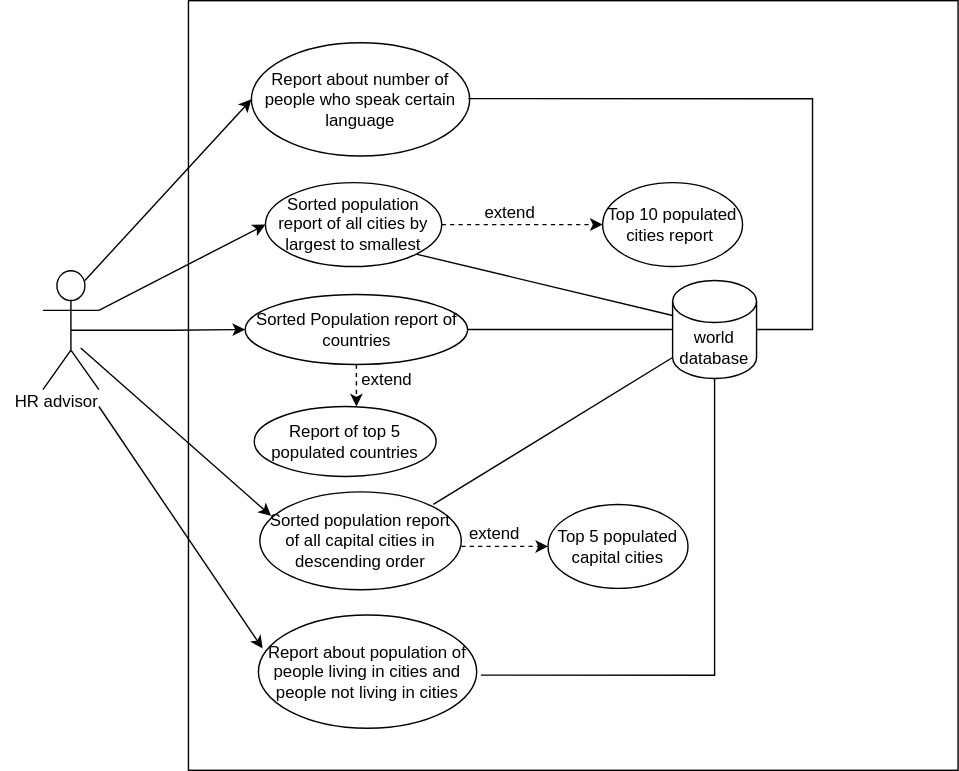
The draw.io diagram use-cases/HR_system.svg in maythazinphyo1/Devops_gp1, before a commit. Source tidied: cells renumbered, new cells last; positions are measured from the earlier drawing's top-left corner, leaving out a move shared by most shapes.
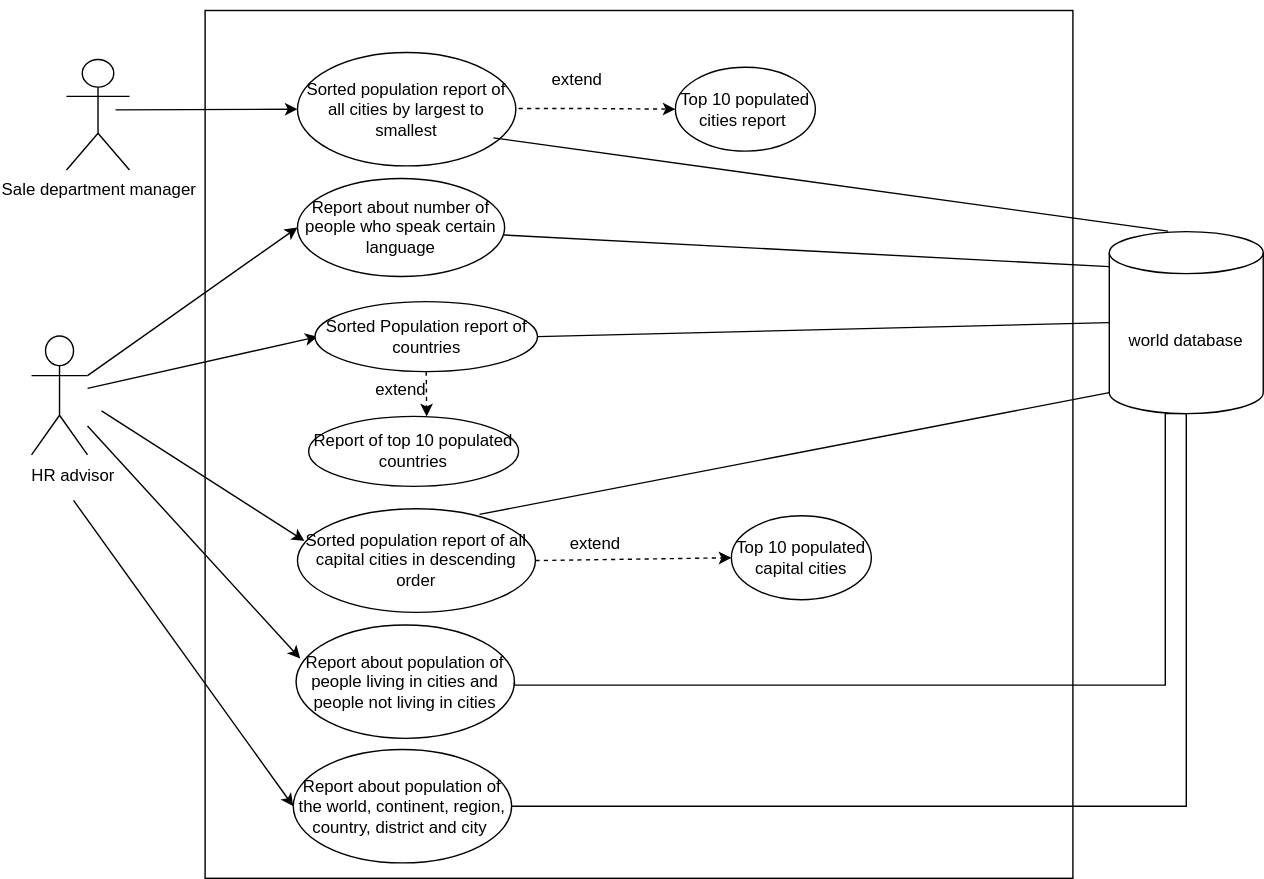
Above is the later version.

Commit message:
adding use case diagram

What changed in the source:
```diff
@@ -2,109 +2,135 @@
   <root>
     <mxCell id="0" />
     <mxCell id="1" parent="0" />
+    <mxCell id="30" style="edgeStyle=orthogonalEdgeStyle;rounded=0;jettySize=auto;html=1;" parent="1" edge="1" source="2" target="27">
+      <mxGeometry relative="1" as="geometry">
+        <Array as="points">
+          <mxPoint x="340" y="30" />
+          <mxPoint x="340" y="30" />
+        </Array>
+      </mxGeometry>
+    </mxCell>
     <mxCell id="2" style="whiteSpace=wrap;html=1;" parent="1" vertex="1">
-      <mxGeometry x="134" width="550" height="550" as="geometry" />
+      <mxGeometry x="134" width="620" height="620" as="geometry" />
     </mxCell>
-    <mxCell id="3" style="edgeStyle=orthogonalEdgeStyle;rounded=0;jettySize=auto;html=1;exitX=0.5;exitY=0.5;exitDx=0;exitDy=0;exitPerimeter=0;entryX=0;entryY=0.5;entryDx=0;entryDy=0;" parent="1" edge="1" source="4" target="7">
-      <mxGeometry relative="1" as="geometry" />
+    <mxCell id="3" style="rounded=0;orthogonalLoop=1;jettySize=auto;html=1;entryX=0;entryY=0.5;entryDx=0;entryDy=0;" parent="1" edge="1">
+      <mxGeometry relative="1" as="geometry">
+        <mxPoint x="50" y="270" as="sourcePoint" />
+        <mxPoint x="214.5" y="233" as="targetPoint" />
+      </mxGeometry>
     </mxCell>
     <mxCell id="4" style="shape=umlActor;verticalLabelPosition=bottom;verticalAlign=top;html=1;outlineConnect=0;" parent="1" vertex="1">
-      <mxGeometry x="30" y="193" width="40" height="85" as="geometry" />
+      <mxGeometry x="10" y="232.5" width="40" height="85" as="geometry" />
     </mxCell>
     <mxCell id="5" value="world database" style="shape=cylinder3;whiteSpace=wrap;html=1;boundedLbl=1;backgroundOutline=1;size=15;" parent="1" vertex="1">
-      <mxGeometry x="480" y="200" width="60" height="70" as="geometry" />
+      <mxGeometry x="780" y="158" width="110" height="130" as="geometry" />
     </mxCell>
-    <mxCell id="6" value="Report of top 5 populated countries" style="ellipse;whiteSpace=wrap;html=1;" parent="1" vertex="1">
-      <mxGeometry x="181" y="290" width="130" height="50" as="geometry" />
+    <mxCell id="6" value="Report of top 10 populated countries" style="ellipse;whiteSpace=wrap;html=1;" parent="1" vertex="1">
+      <mxGeometry x="208" y="290" width="150" height="50" as="geometry" />
     </mxCell>
     <mxCell id="7" value="Sorted Population report of countries" style="ellipse;whiteSpace=wrap;html=1;" parent="1" vertex="1">
-      <mxGeometry x="174.5" y="210" width="159" height="50" as="geometry" />
+      <mxGeometry x="212.5" y="208" width="159" height="50" as="geometry" />
     </mxCell>
     <mxCell id="8" style="endArrow=none;html=1;rounded=0;entryX=0;entryY=0.5;entryDx=0;entryDy=0;entryPerimeter=0;exitX=1;exitY=0.5;exitDx=0;exitDy=0;" parent="1" edge="1" source="7" target="5">
       <mxGeometry relative="1" as="geometry" />
     </mxCell>
-    <mxCell id="9" value="Top 5 populated capital cities" style="ellipse;whiteSpace=wrap;html=1;" parent="1" vertex="1">
-      <mxGeometry x="391" y="360" width="100" height="60" as="geometry" />
+    <mxCell id="9" value="Top 10 populated capital cities" style="ellipse;whiteSpace=wrap;html=1;" parent="1" vertex="1">
+      <mxGeometry x="510" y="361" width="100" height="60" as="geometry" />
     </mxCell>
     <mxCell id="10" value="Sorted population report of all capital cities in descending order" style="ellipse;whiteSpace=wrap;html=1;" parent="1" vertex="1">
-      <mxGeometry x="185" y="351" width="144" height="70" as="geometry" />
+      <mxGeometry x="200" y="356" width="170" height="74" as="geometry" />
     </mxCell>
-    <mxCell id="11" style="edgeStyle=orthogonalEdgeStyle;rounded=0;jettySize=auto;html=1;exitX=1;exitY=0.5;exitDx=0;exitDy=0;entryX=0;entryY=0.5;entryDx=0;entryDy=0;dashed=1;" parent="1" edge="1" source="13" target="14">
-      <mxGeometry relative="1" as="geometry" />
+    <mxCell id="11" style="edgeStyle=orthogonalEdgeStyle;rounded=0;jettySize=auto;html=1;entryX=0;entryY=0.5;entryDx=0;entryDy=0;dashed=1;" parent="1" edge="1" target="14">
+      <mxGeometry relative="1" as="geometry">
+        <mxPoint x="340" y="70" as="sourcePoint" />
+      </mxGeometry>
     </mxCell>
     <mxCell id="12" style="rounded=0;jettySize=auto;html=1;exitX=1;exitY=1;exitDx=0;exitDy=0;entryX=0;entryY=0;entryDx=0;entryDy=25;entryPerimeter=0;startArrow=none;startFill=0;endArrow=none;endFill=0;" parent="1" edge="1" source="13" target="5">
-      <mxGeometry relative="1" as="geometry" />
+      <mxGeometry relative="1" as="geometry">
+        <Array as="points">
+          <mxPoint x="340" y="160" />
+        </Array>
+      </mxGeometry>
     </mxCell>
-    <mxCell id="13" value="Sorted population report of all cities by largest to smallest" style="ellipse;whiteSpace=wrap;html=1;" parent="1" vertex="1">
-      <mxGeometry x="189" y="130" width="126" height="60" as="geometry" />
+    <mxCell id="13" value="Report about number of people who speak certain language" style="ellipse;whiteSpace=wrap;html=1;" parent="1" vertex="1">
+      <mxGeometry x="200" y="120" width="148" height="70" as="geometry" />
     </mxCell>
     <mxCell id="14" value="Top 10 populated cities report&amp;nbsp;" style="ellipse;whiteSpace=wrap;html=1;" parent="1" vertex="1">
-      <mxGeometry x="430" y="130" width="100" height="60" as="geometry" />
+      <mxGeometry x="470" y="40.5" width="100" height="60" as="geometry" />
     </mxCell>
     <mxCell id="15" style="endArrow=classic;html=1;rounded=0;entryX=0;entryY=0.5;entryDx=0;entryDy=0;exitX=1;exitY=0.3333333333333333;exitDx=0;exitDy=0;exitPerimeter=0;" parent="1" edge="1" source="4" target="13">
       <mxGeometry relative="1" as="geometry" />
     </mxCell>
-    <mxCell id="16" value="extend" style="text;html=1;strokeColor=none;fillColor=none;align=center;verticalAlign=middle;whiteSpace=wrap;rounded=0;" parent="1" vertex="1">
-      <mxGeometry x="334" y="137" width="60" height="30" as="geometry" />
-    </mxCell>
     <mxCell id="17" style="endArrow=classic;html=1;rounded=0;entryX=0.562;entryY=0;entryDx=0;entryDy=0;entryPerimeter=0;exitX=0.5;exitY=1;exitDx=0;exitDy=0;dashed=1;" parent="1" edge="1" source="7" target="6">
       <mxGeometry relative="1" as="geometry" />
     </mxCell>
     <mxCell id="18" value="extend" style="text;html=1;strokeColor=none;fillColor=none;align=center;verticalAlign=middle;whiteSpace=wrap;rounded=0;" parent="1" vertex="1">
-      <mxGeometry x="246" y="256" width="60" height="30" as="geometry" />
+      <mxGeometry x="244" y="256" width="60" height="30" as="geometry" />
     </mxCell>
-    <mxCell id="19" style="endArrow=classic;html=1;rounded=0;entryX=0;entryY=0;entryDx=0;entryDy=0;" parent="1" edge="1">
+    <mxCell id="19" style="endArrow=classic;html=1;rounded=0;" parent="1" edge="1">
       <mxGeometry relative="1" as="geometry">
-        <mxPoint x="57" y="248.2" as="sourcePoint" />
-        <mxPoint x="193.1" y="368.3" as="targetPoint" />
+        <mxPoint x="60" y="286" as="sourcePoint" />
+        <mxPoint x="205" y="379" as="targetPoint" />
       </mxGeometry>
     </mxCell>
-    <mxCell id="20" style="endArrow=classic;html=1;rounded=0;entryX=0;entryY=0.5;entryDx=0;entryDy=0;dashed=1;endFill=1;" parent="1" edge="1" target="9">
-      <mxGeometry relative="1" as="geometry">
-        <mxPoint x="329" y="390" as="sourcePoint" />
-      </mxGeometry>
+    <mxCell id="20" style="endArrow=classic;html=1;rounded=0;entryX=0;entryY=0.5;entryDx=0;entryDy=0;dashed=1;endFill=1;exitX=1;exitY=0.5;exitDx=0;exitDy=0;" parent="1" edge="1" source="10" target="9">
+      <mxGeometry relative="1" as="geometry" />
     </mxCell>
     <mxCell id="21" style="endArrow=none;html=1;rounded=0;entryX=0;entryY=1;entryDx=0;entryDy=-15;entryPerimeter=0;" parent="1" edge="1" target="5">
       <mxGeometry relative="1" as="geometry">
-        <mxPoint x="309" y="360" as="sourcePoint" />
+        <mxPoint x="330" y="360" as="sourcePoint" />
       </mxGeometry>
     </mxCell>
     <mxCell id="22" value="extend" style="text;html=1;strokeColor=none;fillColor=none;align=center;verticalAlign=middle;whiteSpace=wrap;rounded=0;" parent="1" vertex="1">
-      <mxGeometry x="323" y="366" width="60" height="30" as="geometry" />
+      <mxGeometry x="383" y="366" width="60" height="30" as="geometry" />
     </mxCell>
     <mxCell id="23" value="Report about population of people living in cities and people not living in cities" style="ellipse;whiteSpace=wrap;html=1;" parent="1" vertex="1">
-      <mxGeometry x="184" y="439" width="156" height="81" as="geometry" />
+      <mxGeometry x="199" y="439" width="156" height="81" as="geometry" />
     </mxCell>
-    <mxCell id="24" style="endArrow=classic;html=1;rounded=0;entryX=0.019;entryY=0.296;entryDx=0;entryDy=0;entryPerimeter=0;" parent="1" edge="1" target="23">
-      <mxGeometry relative="1" as="geometry">
-        <mxPoint x="70" y="290" as="sourcePoint" />
-      </mxGeometry>
+    <mxCell id="24" style="endArrow=classic;html=1;rounded=0;entryX=0.019;entryY=0.296;entryDx=0;entryDy=0;entryPerimeter=0;" parent="1" edge="1" source="4" target="23">
+      <mxGeometry relative="1" as="geometry" />
     </mxCell>
     <mxCell id="25" value="HR advisor" style="text;html=1;strokeColor=none;fillColor=none;align=center;verticalAlign=middle;whiteSpace=wrap;rounded=0;" parent="1" vertex="1">
-      <mxGeometry y="272" width="80" height="30" as="geometry" />
+      <mxGeometry y="318" width="80" height="30" as="geometry" />
     </mxCell>
-    <mxCell id="26" style="endArrow=none;html=1;rounded=0;edgeStyle=orthogonalEdgeStyle;entryX=0.5;entryY=1;entryDx=0;entryDy=0;entryPerimeter=0;endFill=0;" parent="1" edge="1" target="5">
+    <mxCell id="26" style="endArrow=none;html=1;rounded=0;edgeStyle=orthogonalEdgeStyle;entryX=0.5;entryY=1;entryDx=0;entryDy=0;entryPerimeter=0;endFill=0;exitX=1;exitY=0.5;exitDx=0;exitDy=0;" parent="1" edge="1" source="23" target="5">
       <mxGeometry relative="1" as="geometry">
-        <mxPoint x="343" y="482" as="sourcePoint" />
         <Array as="points">
-          <mxPoint x="510" y="482" />
+          <mxPoint x="355" y="482" />
+          <mxPoint x="820" y="482" />
+          <mxPoint x="820" y="288" />
         </Array>
       </mxGeometry>
     </mxCell>
-    <mxCell id="27" value="Report about number of people who speak certain language" style="ellipse;whiteSpace=wrap;html=1;" parent="1" vertex="1">
-      <mxGeometry x="179" y="30" width="156" height="81" as="geometry" />
+    <mxCell id="27" value="Sorted population report of all cities by largest to smallest" style="ellipse;whiteSpace=wrap;html=1;" parent="1" vertex="1">
+      <mxGeometry x="200" y="30" width="156" height="81" as="geometry" />
     </mxCell>
-    <mxCell id="28" style="endArrow=classic;html=1;rounded=0;entryX=0;entryY=0.5;entryDx=0;entryDy=0;exitX=0.75;exitY=0.082;exitDx=0;exitDy=0;exitPerimeter=0;" parent="1" edge="1" source="4" target="27">
-      <mxGeometry relative="1" as="geometry" />
+    <mxCell id="28" style="endArrow=classic;html=1;rounded=0;entryX=0;entryY=0.5;entryDx=0;entryDy=0;" parent="1" edge="1" target="27">
+      <mxGeometry relative="1" as="geometry">
+        <mxPoint x="70" y="71" as="sourcePoint" />
+      </mxGeometry>
     </mxCell>
-    <mxCell id="29" style="endArrow=none;html=1;rounded=0;edgeStyle=orthogonalEdgeStyle;endFill=0;entryX=1;entryY=0.5;entryDx=0;entryDy=0;entryPerimeter=0;" parent="1" edge="1" target="5">
-      <mxGeometry relative="1" as="geometry">
-        <mxPoint x="334" y="70" as="sourcePoint" />
-        <Array as="points">
-          <mxPoint x="580" y="70" />
-          <mxPoint x="580" y="235" />
-        </Array>
-      </mxGeometry>
-    </mxCell>
+    <mxCell id="31" value="Sale department manager" style="shape=umlActor;verticalLabelPosition=bottom;verticalAlign=top;html=1;" parent="1" vertex="1">
+      <mxGeometry x="35" y="35" width="45" height="79" as="geometry" />
+    </mxCell>
+    <mxCell id="16" value="extend" style="text;html=1;strokeColor=none;fillColor=none;align=center;verticalAlign=middle;whiteSpace=wrap;rounded=0;" parent="1" vertex="1">
+      <mxGeometry x="370" y="35" width="60" height="30" as="geometry" />
+    </mxCell>
+    <mxCell id="32" style="endArrow=none;html=1;rounded=0;exitX=0.382;exitY=-0.003;exitDx=0;exitDy=0;exitPerimeter=0;" parent="1" edge="1" source="5">
+      <mxGeometry relative="1" as="geometry">
+        <mxPoint x="340" y="91" as="targetPoint" />
+      </mxGeometry>
+    </mxCell>
+    <mxCell id="33" value="Report about population of the world, continent, region, country, district and city&amp;nbsp;" style="ellipse;whiteSpace=wrap;html=1;" parent="1" vertex="1">
+      <mxGeometry x="197" y="528" width="156" height="81" as="geometry" />
+    </mxCell>
+    <mxCell id="34" style="endArrow=classic;html=1;rounded=0;entryX=0;entryY=0.5;entryDx=0;entryDy=0;" parent="1" edge="1" target="33">
+      <mxGeometry relative="1" as="geometry">
+        <mxPoint x="40" y="350" as="sourcePoint" />
+      </mxGeometry>
+    </mxCell>
+    <mxCell id="35" style="endArrow=none;html=1;rounded=0;edgeStyle=orthogonalEdgeStyle;entryX=0.5;entryY=1;entryDx=0;entryDy=0;entryPerimeter=0;exitX=1;exitY=0.5;exitDx=0;exitDy=0;" parent="1" edge="1" source="33" target="5">
+      <mxGeometry relative="1" as="geometry" />
+    </mxCell>
   </root>
 </mxGraphModel>
```
